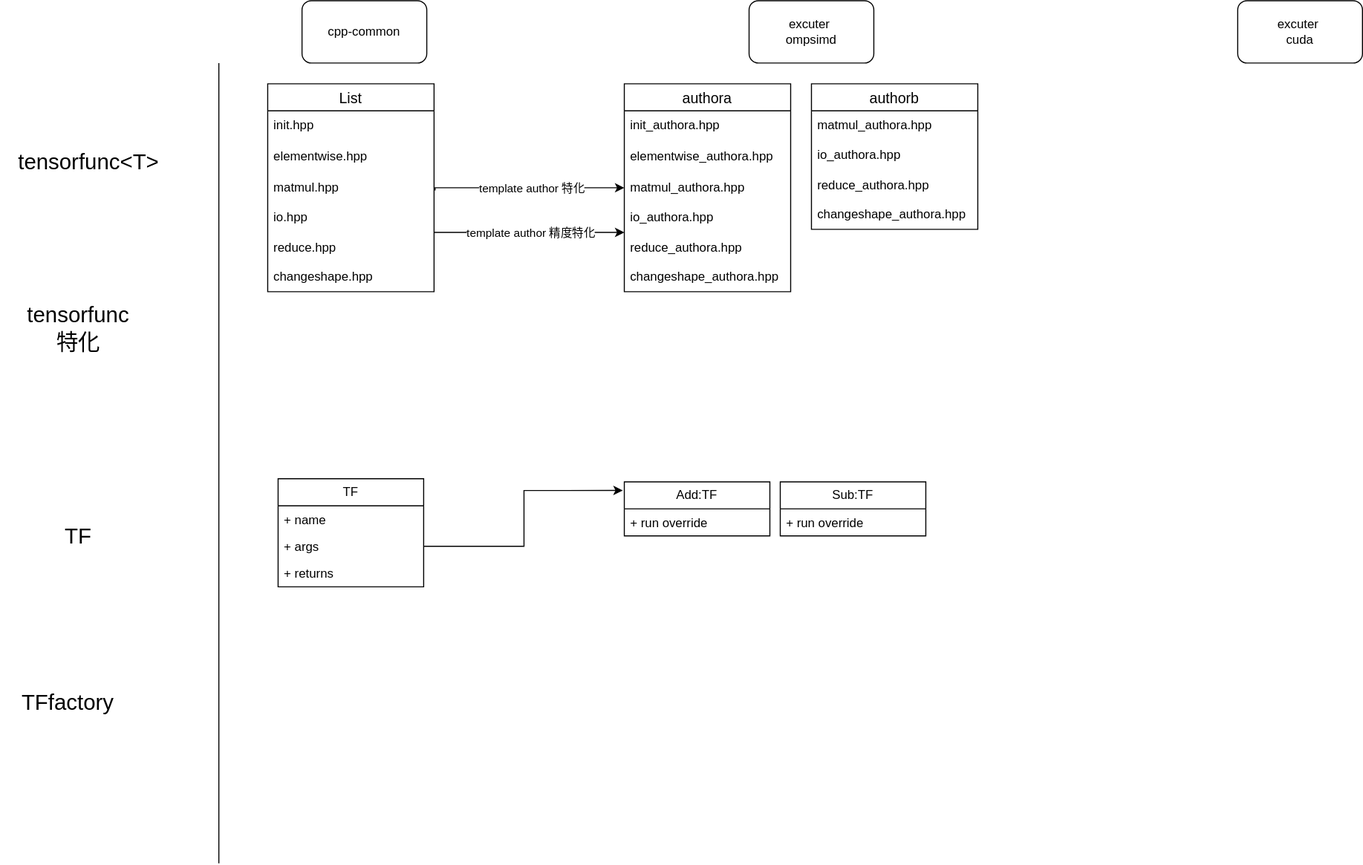
Before: docs/executor/deepx.op.drawio.svg, a diagram exported from draw.io (array2d/deepx). Source tidied: cells renumbered, new cells last; positions are measured from the earlier drawing's top-left corner, leaving out a move shared by most shapes. The source it was exported from:
```xml
<mxGraphModel>
  <root>
    <mxCell id="0" />
    <mxCell id="1" parent="0" />
    <mxCell id="2" value="excuter&amp;nbsp;&lt;div&gt;ompsimd&lt;/div&gt;" style="rounded=1;whiteSpace=wrap;html=1;" parent="1" vertex="1">
      <mxGeometry x="720" width="120" height="60" as="geometry" />
    </mxCell>
    <mxCell id="3" value="tensorfunc&amp;lt;T&amp;gt;" style="text;html=1;align=center;verticalAlign=middle;whiteSpace=wrap;rounded=0;fontSize=21;" parent="1" vertex="1">
      <mxGeometry x="20" y="140" width="130" height="30" as="geometry" />
    </mxCell>
    <mxCell id="4" value="tensorfunc 特化" style="text;html=1;align=center;verticalAlign=middle;whiteSpace=wrap;rounded=0;fontSize=21;" parent="1" vertex="1">
      <mxGeometry x="20" y="300" width="110" height="30" as="geometry" />
    </mxCell>
    <mxCell id="5" value="TF" style="text;html=1;align=center;verticalAlign=middle;whiteSpace=wrap;rounded=0;fontSize=21;" parent="1" vertex="1">
      <mxGeometry x="10" y="500" width="130" height="30" as="geometry" />
    </mxCell>
    <mxCell id="6" value="cpp-common" style="rounded=1;whiteSpace=wrap;html=1;" parent="1" vertex="1">
      <mxGeometry x="290" width="120" height="60" as="geometry" />
    </mxCell>
    <mxCell id="7" style="endArrow=none;html=1;rounded=0;" parent="1" edge="1">
      <mxGeometry relative="1" as="geometry">
        <mxPoint x="210" y="830" as="sourcePoint" />
        <mxPoint x="210" y="60" as="targetPoint" />
      </mxGeometry>
    </mxCell>
    <mxCell id="8" value="excuter&amp;nbsp;&lt;div&gt;cuda&lt;/div&gt;" style="rounded=1;whiteSpace=wrap;html=1;" parent="1" vertex="1">
      <mxGeometry x="1190" width="120" height="60" as="geometry" />
    </mxCell>
    <mxCell id="9" value="TFfactory" style="text;html=1;align=center;verticalAlign=middle;whiteSpace=wrap;rounded=0;fontSize=21;" parent="1" vertex="1">
      <mxGeometry y="660" width="130" height="30" as="geometry" />
    </mxCell>
    <mxCell id="10" value="List" style="swimlane;fontStyle=0;horizontal=1;startSize=26;align=center;fontSize=14;" parent="1" vertex="1">
      <mxGeometry x="257" y="80" width="160" height="200" as="geometry" />
    </mxCell>
    <mxCell id="11" value="init.hpp" style="text;strokeColor=none;fillColor=none;spacingLeft=4;spacingRight=4;overflow=hidden;fontSize=12;whiteSpace=wrap;html=1;" parent="10" vertex="1">
      <mxGeometry y="26" width="160" height="30" as="geometry" />
    </mxCell>
    <mxCell id="12" value="elementwise.hpp" style="text;strokeColor=none;fillColor=none;spacingLeft=4;spacingRight=4;overflow=hidden;fontSize=12;whiteSpace=wrap;html=1;" parent="10" vertex="1">
      <mxGeometry y="56" width="160" height="30" as="geometry" />
    </mxCell>
    <mxCell id="13" value="matmul.hpp&lt;div&gt;&lt;br&gt;&lt;/div&gt;&lt;div&gt;io.hpp&lt;/div&gt;&lt;div&gt;&lt;br&gt;&lt;/div&gt;&lt;div&gt;reduce.hpp&lt;/div&gt;&lt;div&gt;&lt;br&gt;&lt;/div&gt;&lt;div&gt;changeshape.hpp&lt;/div&gt;" style="text;strokeColor=none;fillColor=none;spacingLeft=4;spacingRight=4;overflow=hidden;points=[[0,0.5],[1,0.5]];portConstraint=eastwest;fontSize=12;whiteSpace=wrap;html=1;" parent="10" vertex="1">
      <mxGeometry y="86" width="160" height="114" as="geometry" />
    </mxCell>
    <mxCell id="14" value="authora" style="swimlane;fontStyle=0;horizontal=1;startSize=26;align=center;fontSize=14;" parent="1" vertex="1">
      <mxGeometry x="600" y="80" width="160" height="200" as="geometry" />
    </mxCell>
    <mxCell id="15" value="init_authora.hpp" style="text;strokeColor=none;fillColor=none;spacingLeft=4;spacingRight=4;overflow=hidden;fontSize=12;whiteSpace=wrap;html=1;" parent="14" vertex="1">
      <mxGeometry y="26" width="160" height="30" as="geometry" />
    </mxCell>
    <mxCell id="16" value="elementwise_authora.hpp" style="text;strokeColor=none;fillColor=none;spacingLeft=4;spacingRight=4;overflow=hidden;fontSize=12;whiteSpace=wrap;html=1;" parent="14" vertex="1">
      <mxGeometry y="56" width="160" height="30" as="geometry" />
    </mxCell>
    <mxCell id="17" value="matmul_authora.hpp&lt;div&gt;&lt;br&gt;&lt;/div&gt;&lt;div&gt;io&lt;span style=&quot;background-color: transparent; color: light-dark(rgb(0, 0, 0), rgb(255, 255, 255));&quot;&gt;_authora&lt;/span&gt;&lt;span style=&quot;background-color: transparent; color: light-dark(rgb(0, 0, 0), rgb(255, 255, 255));&quot;&gt;.hpp&lt;/span&gt;&lt;/div&gt;&lt;div&gt;&lt;br&gt;&lt;/div&gt;&lt;div&gt;reduce&lt;span style=&quot;background-color: transparent; color: light-dark(rgb(0, 0, 0), rgb(255, 255, 255));&quot;&gt;_authora&lt;/span&gt;&lt;span style=&quot;background-color: transparent; color: light-dark(rgb(0, 0, 0), rgb(255, 255, 255));&quot;&gt;.hpp&lt;/span&gt;&lt;/div&gt;&lt;div&gt;&lt;br&gt;&lt;/div&gt;&lt;div&gt;changeshape&lt;span style=&quot;background-color: transparent; color: light-dark(rgb(0, 0, 0), rgb(255, 255, 255));&quot;&gt;_authora&lt;/span&gt;&lt;span style=&quot;background-color: transparent; color: light-dark(rgb(0, 0, 0), rgb(255, 255, 255));&quot;&gt;.hpp&lt;/span&gt;&lt;/div&gt;" style="text;strokeColor=none;fillColor=none;spacingLeft=4;spacingRight=4;overflow=hidden;points=[[0,0.5],[1,0.5]];portConstraint=eastwest;fontSize=12;whiteSpace=wrap;html=1;" parent="14" vertex="1">
      <mxGeometry y="86" width="160" height="114" as="geometry" />
    </mxCell>
    <mxCell id="18" value="authorb" style="swimlane;fontStyle=0;horizontal=1;startSize=26;align=center;fontSize=14;" parent="1" vertex="1">
      <mxGeometry x="780" y="80" width="160" height="140" as="geometry" />
    </mxCell>
    <mxCell id="19" value="matmul_authora.hpp&lt;div&gt;&lt;br&gt;&lt;/div&gt;&lt;div&gt;io&lt;span style=&quot;background-color: transparent; color: light-dark(rgb(0, 0, 0), rgb(255, 255, 255));&quot;&gt;_authora&lt;/span&gt;&lt;span style=&quot;background-color: transparent; color: light-dark(rgb(0, 0, 0), rgb(255, 255, 255));&quot;&gt;.hpp&lt;/span&gt;&lt;/div&gt;&lt;div&gt;&lt;br&gt;&lt;/div&gt;&lt;div&gt;reduce&lt;span style=&quot;background-color: transparent; color: light-dark(rgb(0, 0, 0), rgb(255, 255, 255));&quot;&gt;_authora&lt;/span&gt;&lt;span style=&quot;background-color: transparent; color: light-dark(rgb(0, 0, 0), rgb(255, 255, 255));&quot;&gt;.hpp&lt;/span&gt;&lt;/div&gt;&lt;div&gt;&lt;br&gt;&lt;/div&gt;&lt;div&gt;changeshape&lt;span style=&quot;background-color: transparent; color: light-dark(rgb(0, 0, 0), rgb(255, 255, 255));&quot;&gt;_authora&lt;/span&gt;&lt;span style=&quot;background-color: transparent; color: light-dark(rgb(0, 0, 0), rgb(255, 255, 255));&quot;&gt;.hpp&lt;/span&gt;&lt;/div&gt;" style="text;strokeColor=none;fillColor=none;spacingLeft=4;spacingRight=4;overflow=hidden;fontSize=12;whiteSpace=wrap;html=1;" parent="18" vertex="1">
      <mxGeometry y="26" width="160" height="114" as="geometry" />
    </mxCell>
    <mxCell id="20" value="TF" style="swimlane;fontStyle=0;horizontal=1;startSize=26;fillColor=none;whiteSpace=wrap;html=1;" parent="1" vertex="1">
      <mxGeometry x="267" y="460" width="140" height="104" as="geometry" />
    </mxCell>
    <mxCell id="21" value="+ name" style="text;strokeColor=none;fillColor=none;align=left;verticalAlign=top;spacingLeft=4;spacingRight=4;overflow=hidden;whiteSpace=wrap;html=1;" parent="20" vertex="1">
      <mxGeometry y="26" width="140" height="26" as="geometry" />
    </mxCell>
    <mxCell id="22" value="+ args" style="text;strokeColor=none;fillColor=none;align=left;verticalAlign=top;spacingLeft=4;spacingRight=4;overflow=hidden;points=[[0,0.5],[1,0.5]];portConstraint=eastwest;whiteSpace=wrap;html=1;" parent="20" vertex="1">
      <mxGeometry y="52" width="140" height="26" as="geometry" />
    </mxCell>
    <mxCell id="23" value="+ returns" style="text;strokeColor=none;fillColor=none;align=left;verticalAlign=top;spacingLeft=4;spacingRight=4;overflow=hidden;whiteSpace=wrap;html=1;" parent="20" vertex="1">
      <mxGeometry y="78" width="140" height="26" as="geometry" />
    </mxCell>
    <mxCell id="24" style="edgeStyle=orthogonalEdgeStyle;rounded=0;jettySize=auto;html=1;entryX=0;entryY=0.123;entryDx=0;entryDy=0;entryPerimeter=0;exitX=1.006;exitY=0.145;exitDx=0;exitDy=0;exitPerimeter=0;" parent="1" edge="1" source="13" target="17">
      <mxGeometry relative="1" as="geometry">
        <Array as="points">
          <mxPoint x="418" y="180" />
        </Array>
      </mxGeometry>
    </mxCell>
    <mxCell id="25" value="template author 特化" style="edgeLabel;html=1;align=center;verticalAlign=middle;" parent="24" vertex="1">
      <mxGeometry x="0.43" y="1" relative="1" as="geometry">
        <mxPoint x="-37" y="1" as="offset" />
      </mxGeometry>
    </mxCell>
    <mxCell id="26" style="edgeStyle=orthogonalEdgeStyle;rounded=0;jettySize=auto;html=1;entryX=0;entryY=0.5;entryDx=0;entryDy=0;" parent="1" edge="1" source="13" target="17">
      <mxGeometry relative="1" as="geometry" />
    </mxCell>
    <mxCell id="27" value="&lt;span style=&quot;color: rgba(0, 0, 0, 0); font-family: monospace; font-size: 0px; text-align: start; background-color: rgb(251, 251, 251);&quot;&gt;%3CmxGraphModel%3E%3Croot%3E%3CmxCell%20id%3D%220%22%2F%3E%3CmxCell%20id%3D%221%22%20parent%3D%220%22%2F%3E%3CmxCell%20id%3D%222%22%20style%3D%22edgeStyle%3DorthogonalEdgeStyle%3Brounded%3D0%3BorthogonalLoop%3D1%3BjettySize%3Dauto%3Bhtml%3D1%3BentryX%3D0%3BentryY%3D0.123%3BentryDx%3D0%3BentryDy%3D0%3BentryPerimeter%3D0%3BexitX%3D1.006%3BexitY%3D0.145%3BexitDx%3D0%3BexitDy%3D0%3BexitPerimeter%3D0%3B%22%20edge%3D%221%22%20parent%3D%221%22%3E%3CmxGeometry%20relative%3D%221%22%20as%3D%22geometry%22%3E%3CmxPoint%20x%3D%22-332%22%20y%3D%22283%22%20as%3D%22sourcePoint%22%2F%3E%3CmxPoint%20x%3D%22-150%22%20y%3D%22280%22%20as%3D%22targetPoint%22%2F%3E%3CArray%20as%3D%22points%22%3E%3CmxPoint%20x%3D%22-332%22%20y%3D%22280%22%2F%3E%3C%2FArray%3E%3C%2FmxGeometry%3E%3C%2FmxCell%3E%3CmxCell%20id%3D%223%22%20value%3D%22template%20author%20%E7%89%B9%E5%8C%96%22%20style%3D%22edgeLabel%3Bhtml%3D1%3Balign%3Dcenter%3BverticalAlign%3Dmiddle%3Bresizable%3D0%3Bpoints%3D%5B%5D%3B%22%20vertex%3D%221%22%20connectable%3D%220%22%20parent%3D%222%22%3E%3CmxGeometry%20x%3D%220.4298%22%20y%3D%221%22%20relative%3D%221%22%20as%3D%22geometry%22%3E%3CmxPoint%20x%3D%22-37%22%20y%3D%221%22%20as%3D%22offset%22%2F%3E%3C%2FmxGeometry%3E%3C%2FmxCell%3E%3C%2Froot%3E%3C%2FmxGraphModel%3E&lt;/span&gt;" style="edgeLabel;html=1;align=center;verticalAlign=middle;" parent="26" vertex="1">
      <mxGeometry x="-0.07" y="3" relative="1" as="geometry" />
    </mxCell>
    <mxCell id="28" value="&lt;span style=&quot;color: rgba(0, 0, 0, 0); font-family: monospace; font-size: 0px; text-align: start; background-color: rgb(251, 251, 251);&quot;&gt;%3CmxGraphModel%3E%3Croot%3E%3CmxCell%20id%3D%220%22%2F%3E%3CmxCell%20id%3D%221%22%20parent%3D%220%22%2F%3E%3CmxCell%20id%3D%222%22%20style%3D%22edgeStyle%3DorthogonalEdgeStyle%3Brounded%3D0%3BorthogonalLoop%3D1%3BjettySize%3Dauto%3Bhtml%3D1%3BentryX%3D0%3BentryY%3D0.123%3BentryDx%3D0%3BentryDy%3D0%3BentryPerimeter%3D0%3BexitX%3D1.006%3BexitY%3D0.145%3BexitDx%3D0%3BexitDy%3D0%3BexitPerimeter%3D0%3B%22%20edge%3D%221%22%20parent%3D%221%22%3E%3CmxGeometry%20relative%3D%221%22%20as%3D%22geometry%22%3E%3CmxPoint%20x%3D%22-332%22%20y%3D%22283%22%20as%3D%22sourcePoint%22%2F%3E%3CmxPoint%20x%3D%22-150%22%20y%3D%22280%22%20as%3D%22targetPoint%22%2F%3E%3CArray%20as%3D%22points%22%3E%3CmxPoint%20x%3D%22-332%22%20y%3D%22280%22%2F%3E%3C%2FArray%3E%3C%2FmxGeometry%3E%3C%2FmxCell%3E%3CmxCell%20id%3D%223%22%20value%3D%22template%20author%20%E7%89%B9%E5%8C%96%22%20style%3D%22edgeLabel%3Bhtml%3D1%3Balign%3Dcenter%3BverticalAlign%3Dmiddle%3Bresizable%3D0%3Bpoints%3D%5B%5D%3B%22%20vertex%3D%221%22%20connectable%3D%220%22%20parent%3D%222%22%3E%3CmxGeometry%20x%3D%220.4298%22%20y%3D%221%22%20relative%3D%221%22%20as%3D%22geometry%22%3E%3CmxPoint%20x%3D%22-37%22%20y%3D%221%22%20as%3D%22offset%22%2F%3E%3C%2FmxGeometry%3E%3C%2FmxCell%3E%3C%2Froot%3E%3C%2FmxGraphModel%3E&lt;/span&gt;" style="edgeLabel;html=1;align=center;verticalAlign=middle;" parent="26" vertex="1">
      <mxGeometry x="-0.08" y="-1" relative="1" as="geometry" />
    </mxCell>
    <mxCell id="29" value="template author 精度特化" style="edgeLabel;html=1;align=center;verticalAlign=middle;" parent="26" vertex="1">
      <mxGeometry x="0.01" relative="1" as="geometry" />
    </mxCell>
    <mxCell id="30" value="Add:TF" style="swimlane;fontStyle=0;horizontal=1;startSize=26;fillColor=none;whiteSpace=wrap;html=1;" parent="1" vertex="1">
      <mxGeometry x="600" y="463" width="140" height="52" as="geometry" />
    </mxCell>
    <mxCell id="31" value="+ run override" style="text;strokeColor=none;fillColor=none;align=left;verticalAlign=top;spacingLeft=4;spacingRight=4;overflow=hidden;whiteSpace=wrap;html=1;" parent="30" vertex="1">
      <mxGeometry y="26" width="140" height="26" as="geometry" />
    </mxCell>
    <mxCell id="32" style="edgeStyle=orthogonalEdgeStyle;rounded=0;jettySize=auto;html=1;entryX=-0.011;entryY=0.159;entryDx=0;entryDy=0;entryPerimeter=0;" parent="1" edge="1" source="22" target="30">
      <mxGeometry relative="1" as="geometry" />
    </mxCell>
    <mxCell id="33" value="Sub:TF" style="swimlane;fontStyle=0;horizontal=1;startSize=26;fillColor=none;whiteSpace=wrap;html=1;" parent="1" vertex="1">
      <mxGeometry x="750" y="463" width="140" height="52" as="geometry" />
    </mxCell>
    <mxCell id="34" value="+ run override" style="text;strokeColor=none;fillColor=none;align=left;verticalAlign=top;spacingLeft=4;spacingRight=4;overflow=hidden;whiteSpace=wrap;html=1;" parent="33" vertex="1">
      <mxGeometry y="26" width="140" height="26" as="geometry" />
    </mxCell>
  </root>
</mxGraphModel>
```
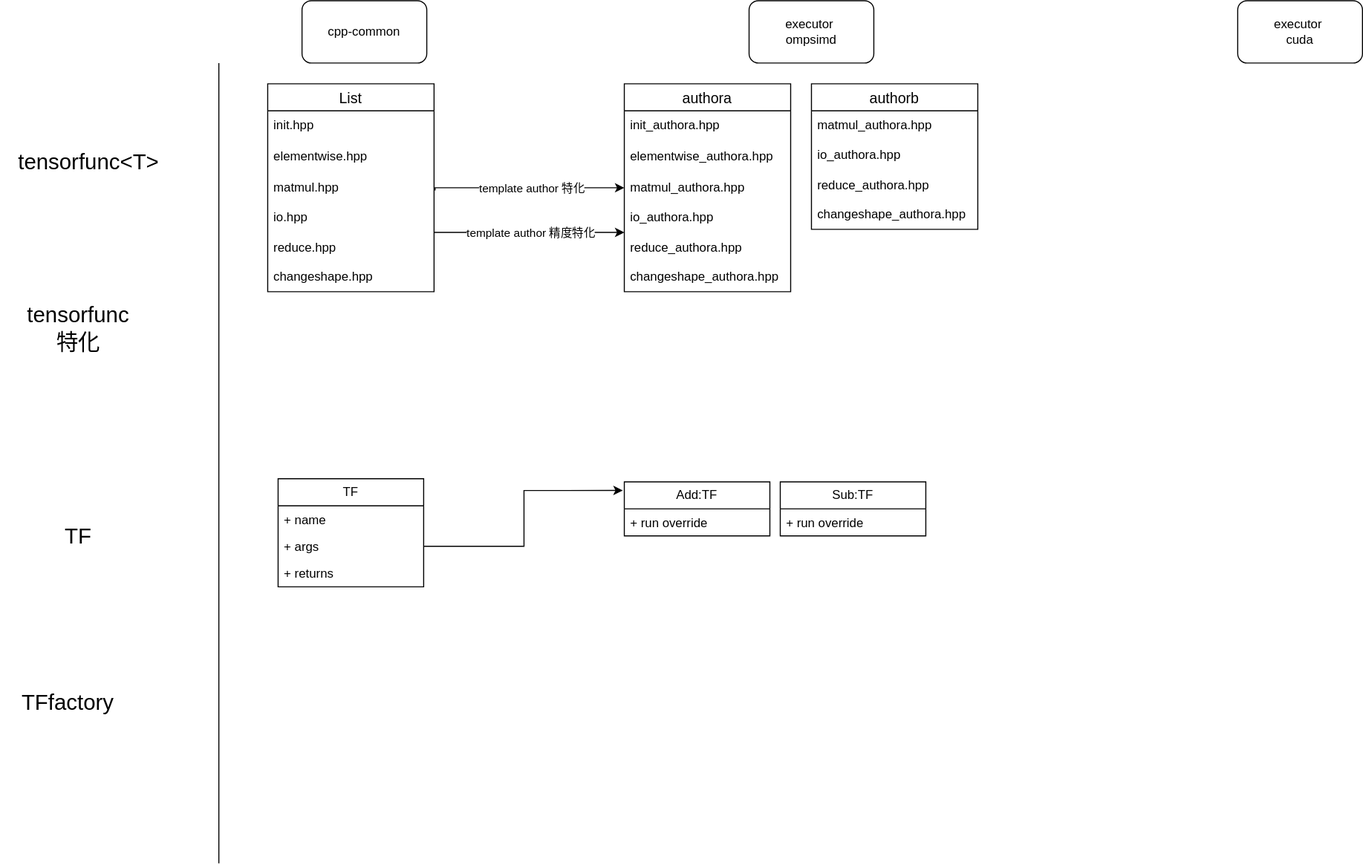
Later version of the same file.

What changed in the source:
```diff
@@ -2,7 +2,7 @@
   <root>
     <mxCell id="0" />
     <mxCell id="1" parent="0" />
-    <mxCell id="2" value="excuter&amp;nbsp;&lt;div&gt;ompsimd&lt;/div&gt;" style="rounded=1;whiteSpace=wrap;html=1;" parent="1" vertex="1">
+    <mxCell id="2" value="executor&amp;nbsp;&lt;div&gt;ompsimd&lt;/div&gt;" style="rounded=1;whiteSpace=wrap;html=1;" parent="1" vertex="1">
       <mxGeometry x="720" width="120" height="60" as="geometry" />
     </mxCell>
     <mxCell id="3" value="tensorfunc&amp;lt;T&amp;gt;" style="text;html=1;align=center;verticalAlign=middle;whiteSpace=wrap;rounded=0;fontSize=21;" parent="1" vertex="1">
@@ -23,7 +23,7 @@
         <mxPoint x="210" y="60" as="targetPoint" />
       </mxGeometry>
     </mxCell>
-    <mxCell id="8" value="excuter&amp;nbsp;&lt;div&gt;cuda&lt;/div&gt;" style="rounded=1;whiteSpace=wrap;html=1;" parent="1" vertex="1">
+    <mxCell id="8" value="executor&amp;nbsp;&lt;div&gt;cuda&lt;/div&gt;" style="rounded=1;whiteSpace=wrap;html=1;" parent="1" vertex="1">
       <mxGeometry x="1190" width="120" height="60" as="geometry" />
     </mxCell>
     <mxCell id="9" value="TFfactory" style="text;html=1;align=center;verticalAlign=middle;whiteSpace=wrap;rounded=0;fontSize=21;" parent="1" vertex="1">
```
